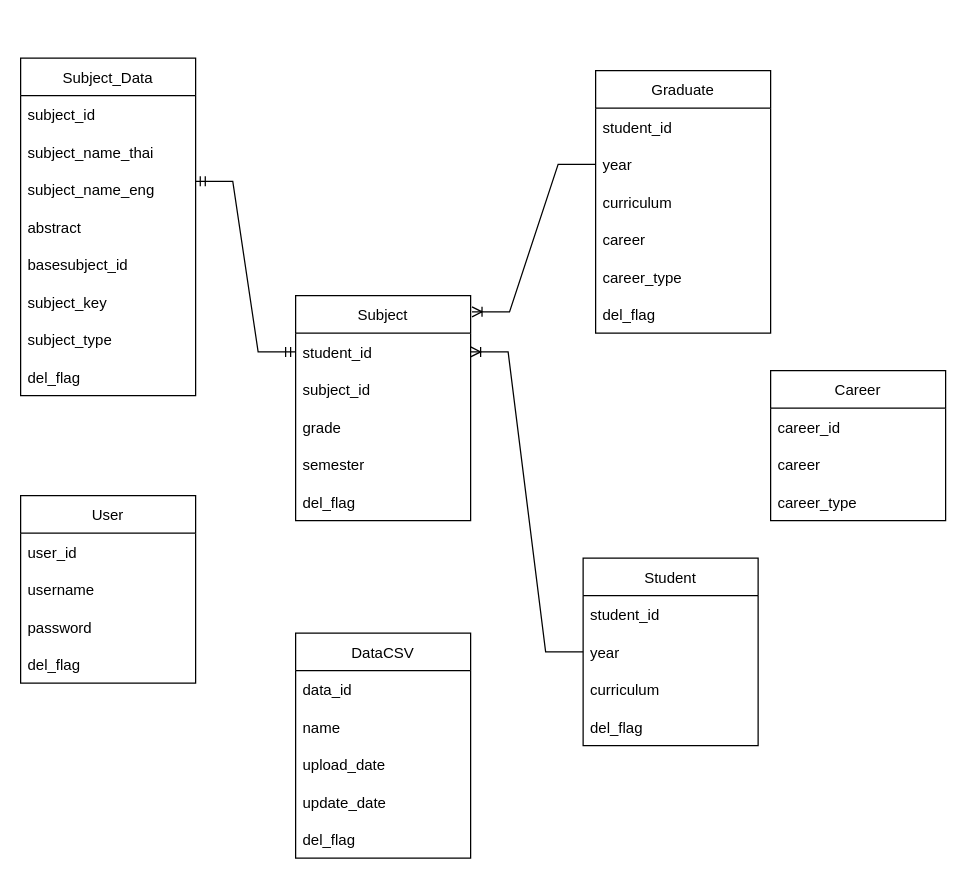
Earlier version of the draw.io diagram Design_Architecture/Dataschema.drawio (MashMaleLLO/Analytics_and_Prediction_System_for_CE_Curriculum_administrators). Source tidied: cells renumbered, new cells numbered last; positions are measured from the earlier drawing's top-left corner, leaving out a move shared by most shapes. Both pictures are drawn from the tidied source at 125%, with x=0, y=0 at pixel (20, 58).
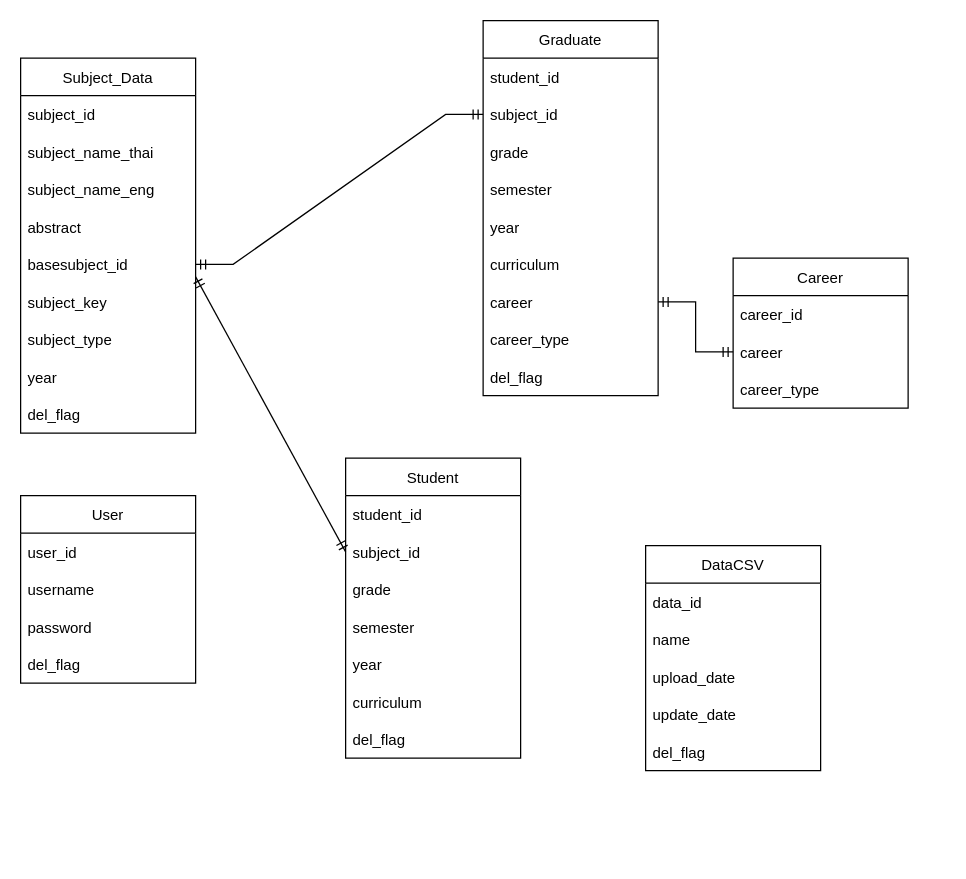
Above is the later version.

Commit message (it also covers changes not shown here):
อัพดาต้าschema อัพSubject data

Unchanged cells that the change refers to:
```xml
<mxCell id="10" value="subject_name_eng" style="text;strokeColor=none;fillColor=none;align=left;verticalAlign=middle;spacingLeft=4;spacingRight=4;overflow=hidden;points=[[0,0.5],[1,0.5]];portConstraint=eastwest;" parent="7" vertex="1">
  <mxGeometry y="90" width="140" height="30" as="geometry" />
</mxCell>
<mxCell id="12" value="basesubject_id" style="text;strokeColor=none;fillColor=none;align=left;verticalAlign=middle;spacingLeft=4;spacingRight=4;overflow=hidden;points=[[0,0.5],[1,0.5]];portConstraint=eastwest;" parent="7" vertex="1">
  <mxGeometry y="150" width="140" height="30" as="geometry" />
</mxCell>
<mxCell id="45" value="career" style="text;strokeColor=none;fillColor=none;align=left;verticalAlign=middle;spacingLeft=4;spacingRight=4;overflow=hidden;points=[[0,0.5],[1,0.5]];portConstraint=eastwest;" parent="43" vertex="1">
  <mxGeometry y="60" width="140" height="30" as="geometry" />
</mxCell>
```

Change to the diagram source:
```diff
@@
     <mxCell id="7" value="Subject_Data" style="swimlane;fontStyle=0;horizontal=1;startSize=30;" parent="1" vertex="1">
-      <mxGeometry width="140" height="270" as="geometry" />
+      <mxGeometry width="140" height="300" as="geometry" />
     </mxCell>
@@
+    <mxCell id="47" value="year" style="text;strokeColor=none;fillColor=none;align=left;verticalAlign=middle;spacingLeft=4;spacingRight=4;overflow=hidden;" parent="7" vertex="1">
+      <mxGeometry y="240" width="140" height="30" as="geometry" />
+    </mxCell>
     <mxCell id="15" value="del_flag" style="text;strokeColor=none;fillColor=none;align=left;verticalAlign=middle;spacingLeft=4;spacingRight=4;overflow=hidden;" parent="7" vertex="1">
-      <mxGeometry y="240" width="140" height="30" as="geometry" />
+      <mxGeometry y="270" width="140" height="30" as="geometry" />
     </mxCell>
     <mxCell id="16" value="Graduate" style="swimlane;fontStyle=0;horizontal=1;startSize=30;" parent="1" vertex="1">
-      <mxGeometry x="460" y="10" width="140" height="210" as="geometry" />
+      <mxGeometry x="370" y="-30" width="140" height="300" as="geometry" />
     </mxCell>
@@
+    <mxCell id="48" value="subject_id" style="text;strokeColor=none;fillColor=none;align=left;verticalAlign=middle;spacingLeft=4;spacingRight=4;overflow=hidden;points=[[0,0.5],[1,0.5]];portConstraint=eastwest;" parent="16" vertex="1">
+      <mxGeometry y="60" width="140" height="30" as="geometry" />
+    </mxCell>
+    <mxCell id="49" value="grade" style="text;strokeColor=none;fillColor=none;align=left;verticalAlign=middle;spacingLeft=4;spacingRight=4;overflow=hidden;" parent="16" vertex="1">
+      <mxGeometry y="90" width="140" height="30" as="geometry" />
+    </mxCell>
+    <mxCell id="50" value="semester" style="text;strokeColor=none;fillColor=none;align=left;verticalAlign=middle;spacingLeft=4;spacingRight=4;overflow=hidden;" parent="16" vertex="1">
+      <mxGeometry y="120" width="140" height="30" as="geometry" />
+    </mxCell>
     <mxCell id="18" value="year" style="text;strokeColor=none;fillColor=none;align=left;verticalAlign=middle;spacingLeft=4;spacingRight=4;overflow=hidden;points=[[0,0.5],[1,0.5]];portConstraint=eastwest;" parent="16" vertex="1">
-      <mxGeometry y="60" width="140" height="30" as="geometry" />
+      <mxGeometry y="150" width="140" height="30" as="geometry" />
     </mxCell>
     <mxCell id="19" value="curriculum" style="text;strokeColor=none;fillColor=none;align=left;verticalAlign=middle;spacingLeft=4;spacingRight=4;overflow=hidden;" parent="16" vertex="1">
-      <mxGeometry y="90" width="140" height="30" as="geometry" />
+      <mxGeometry y="180" width="140" height="30" as="geometry" />
     </mxCell>
     <mxCell id="20" value="career" style="text;strokeColor=none;fillColor=none;align=left;verticalAlign=middle;spacingLeft=4;spacingRight=4;overflow=hidden;points=[[0,0.5],[1,0.5]];portConstraint=eastwest;" parent="16" vertex="1">
-      <mxGeometry y="120" width="140" height="30" as="geometry" />
+      <mxGeometry y="210" width="140" height="30" as="geometry" />
     </mxCell>
     <mxCell id="21" value="career_type" style="text;strokeColor=none;fillColor=none;align=left;verticalAlign=middle;spacingLeft=4;spacingRight=4;overflow=hidden;" parent="16" vertex="1">
-      <mxGeometry y="150" width="140" height="30" as="geometry" />
+      <mxGeometry y="240" width="140" height="30" as="geometry" />
     </mxCell>
     <mxCell id="22" value="del_flag" style="text;strokeColor=none;fillColor=none;align=left;verticalAlign=middle;spacingLeft=4;spacingRight=4;overflow=hidden;" parent="16" vertex="1">
-      <mxGeometry y="180" width="140" height="30" as="geometry" />
+      <mxGeometry y="270" width="140" height="30" as="geometry" />
     </mxCell>
-    <mxCell id="23" value="Student" style="swimlane;fontStyle=0;horizontal=1;startSize=30;" parent="1" vertex="1">
-      <mxGeometry x="450" y="400" width="140" height="150" as="geometry" />
-    </mxCell>
-    <mxCell id="24" value="student_id" style="text;strokeColor=none;fillColor=none;align=left;verticalAlign=middle;spacingLeft=4;spacingRight=4;overflow=hidden;" parent="23" vertex="1">
-      <mxGeometry y="30" width="140" height="30" as="geometry" />
-    </mxCell>
-    <mxCell id="25" value="year" style="text;strokeColor=none;fillColor=none;align=left;verticalAlign=middle;spacingLeft=4;spacingRight=4;overflow=hidden;points=[[0,0.5],[1,0.5]];portConstraint=eastwest;fontColor=#000000;" parent="23" vertex="1">
-      <mxGeometry y="60" width="140" height="30" as="geometry" />
-    </mxCell>
-    <mxCell id="26" value="curriculum" style="text;strokeColor=none;fillColor=none;align=left;verticalAlign=middle;spacingLeft=4;spacingRight=4;overflow=hidden;" parent="23" vertex="1">
-      <mxGeometry y="90" width="140" height="30" as="geometry" />
-    </mxCell>
-    <mxCell id="27" value="del_flag" style="text;strokeColor=none;fillColor=none;align=left;verticalAlign=middle;spacingLeft=4;spacingRight=4;overflow=hidden;" parent="23" vertex="1">
-      <mxGeometry y="120" width="140" height="30" as="geometry" />
-    </mxCell>
-    <mxCell id="28" value="Subject" style="swimlane;fontStyle=0;horizontal=1;startSize=30;" parent="1" vertex="1">
-      <mxGeometry x="220" y="190" width="140" height="180" as="geometry" />
-    </mxCell>
-    <mxCell id="29" value="student_id" style="text;strokeColor=none;fillColor=none;align=left;verticalAlign=middle;spacingLeft=4;spacingRight=4;overflow=hidden;points=[[0,0.5],[1,0.5]];portConstraint=eastwest;" parent="28" vertex="1">
-      <mxGeometry y="30" width="140" height="30" as="geometry" />
-    </mxCell>
-    <mxCell id="30" value="subject_id" style="text;strokeColor=none;fillColor=none;align=left;verticalAlign=middle;spacingLeft=4;spacingRight=4;overflow=hidden;" parent="28" vertex="1">
-      <mxGeometry y="60" width="140" height="30" as="geometry" />
-    </mxCell>
-    <mxCell id="31" value="grade" style="text;strokeColor=none;fillColor=none;align=left;verticalAlign=middle;spacingLeft=4;spacingRight=4;overflow=hidden;" parent="28" vertex="1">
-      <mxGeometry y="90" width="140" height="30" as="geometry" />
-    </mxCell>
-    <mxCell id="32" value="semester" style="text;strokeColor=none;fillColor=none;align=left;verticalAlign=middle;spacingLeft=4;spacingRight=4;overflow=hidden;" parent="28" vertex="1">
-      <mxGeometry y="120" width="140" height="30" as="geometry" />
-    </mxCell>
-    <mxCell id="33" value="del_flag" style="text;strokeColor=none;fillColor=none;align=left;verticalAlign=middle;spacingLeft=4;spacingRight=4;overflow=hidden;" parent="28" vertex="1">
-      <mxGeometry y="150" width="140" height="30" as="geometry" />
-    </mxCell>
-    <mxCell id="34" style="edgeStyle=entityRelationEdgeStyle;fontSize=12;html=1;endArrow=ERoneToMany;rounded=0;exitX=0;exitY=0.5;exitDx=0;exitDy=0;entryX=1;entryY=0.5;entryDx=0;entryDy=0;" parent="1" edge="1" source="25" target="29">
-      <mxGeometry relative="1" as="geometry" />
-    </mxCell>
-    <mxCell id="35" style="edgeStyle=entityRelationEdgeStyle;fontSize=12;html=1;endArrow=ERoneToMany;rounded=0;exitX=0;exitY=0.5;exitDx=0;exitDy=0;entryX=1.008;entryY=0.072;entryDx=0;entryDy=0;entryPerimeter=0;" parent="1" edge="1" source="18" target="28">
-      <mxGeometry relative="1" as="geometry" />
-    </mxCell>
-    <mxCell id="36" style="edgeStyle=entityRelationEdgeStyle;fontSize=12;html=1;endArrow=ERmandOne;startArrow=ERmandOne;rounded=0;entryX=0.998;entryY=0.285;entryDx=0;entryDy=0;entryPerimeter=0;exitX=0;exitY=0.5;exitDx=0;exitDy=0;" parent="1" edge="1" source="29" target="10">
+    <mxCell id="36" style="edgeStyle=entityRelationEdgeStyle;fontSize=12;html=1;endArrow=ERmandOne;startArrow=ERmandOne;rounded=0;entryX=1;entryY=0.5;entryDx=0;entryDy=0;exitX=0;exitY=0.5;exitDx=0;exitDy=0;" parent="1" edge="1" source="48" target="12">
       <mxGeometry relative="1" as="geometry" />
     </mxCell>
     <mxCell id="37" value="DataCSV" style="swimlane;fontStyle=0;horizontal=1;startSize=30;" parent="1" vertex="1">
-      <mxGeometry x="220" y="460" width="140" height="180" as="geometry" />
+      <mxGeometry x="500" y="390" width="140" height="180" as="geometry" />
     </mxCell>
@@
     <mxCell id="43" value="Career" style="swimlane;fontStyle=0;horizontal=1;startSize=30;" parent="1" vertex="1">
-      <mxGeometry x="600" y="250" width="140" height="120" as="geometry" />
+      <mxGeometry x="570" y="160" width="140" height="120" as="geometry" />
     </mxCell>
@@
+    <mxCell id="23" value="Student" style="swimlane;fontStyle=0;horizontal=1;startSize=30;" parent="1" vertex="1">
+      <mxGeometry x="260" y="320" width="140" height="240" as="geometry" />
+    </mxCell>
+    <mxCell id="51" value="student_id" style="text;strokeColor=none;fillColor=none;align=left;verticalAlign=middle;spacingLeft=4;spacingRight=4;overflow=hidden;" parent="23" vertex="1">
+      <mxGeometry y="30" width="140" height="30" as="geometry" />
+    </mxCell>
+    <mxCell id="52" value="subject_id" style="text;strokeColor=none;fillColor=none;align=left;verticalAlign=middle;spacingLeft=4;spacingRight=4;overflow=hidden;points=[[0,0.5],[1,0.5]];portConstraint=eastwest;" parent="23" vertex="1">
+      <mxGeometry y="60" width="140" height="30" as="geometry" />
+    </mxCell>
+    <mxCell id="53" value="grade" style="text;strokeColor=none;fillColor=none;align=left;verticalAlign=middle;spacingLeft=4;spacingRight=4;overflow=hidden;" parent="23" vertex="1">
+      <mxGeometry y="90" width="140" height="30" as="geometry" />
+    </mxCell>
+    <mxCell id="54" value="semester" style="text;strokeColor=none;fillColor=none;align=left;verticalAlign=middle;spacingLeft=4;spacingRight=4;overflow=hidden;" parent="23" vertex="1">
+      <mxGeometry y="120" width="140" height="30" as="geometry" />
+    </mxCell>
+    <mxCell id="55" value="year" style="text;strokeColor=none;fillColor=none;align=left;verticalAlign=middle;spacingLeft=4;spacingRight=4;overflow=hidden;" parent="23" vertex="1">
+      <mxGeometry y="150" width="140" height="30" as="geometry" />
+    </mxCell>
+    <mxCell id="26" value="curriculum" style="text;strokeColor=none;fillColor=none;align=left;verticalAlign=middle;spacingLeft=4;spacingRight=4;overflow=hidden;" parent="23" vertex="1">
+      <mxGeometry y="180" width="140" height="30" as="geometry" />
+    </mxCell>
+    <mxCell id="56" value="del_flag" style="text;strokeColor=none;fillColor=none;align=left;verticalAlign=middle;spacingLeft=4;spacingRight=4;overflow=hidden;" parent="23" vertex="1">
+      <mxGeometry y="210" width="140" height="30" as="geometry" />
+    </mxCell>
+    <mxCell id="57" style="fontSize=12;html=1;endArrow=ERmandOne;startArrow=ERmandOne;rounded=0;exitX=0;exitY=0.5;exitDx=0;exitDy=0;" parent="1" edge="1" source="52">
+      <mxGeometry relative="1" as="geometry">
+        <mxPoint x="140" y="175" as="targetPoint" />
+      </mxGeometry>
+    </mxCell>
+    <mxCell id="58" style="edgeStyle=entityRelationEdgeStyle;fontSize=12;html=1;endArrow=ERmandOne;startArrow=ERmandOne;rounded=0;entryX=1;entryY=0.5;entryDx=0;entryDy=0;exitX=0;exitY=0.5;exitDx=0;exitDy=0;" parent="1" edge="1" source="45" target="20">
+      <mxGeometry relative="1" as="geometry" />
+    </mxCell>
```
